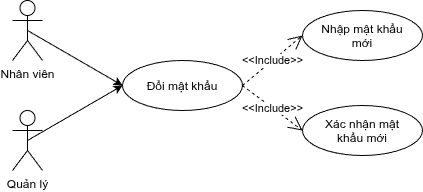
This is Biểu đồ ca sử dụng/Đổi mật khẩu.png from quang2097/web_java, a draw.io export, as it was before one commit. Source tidied: cells renumbered, new cells last; positions are measured from the earlier drawing's top-left corner, leaving out a move shared by most shapes. Its diagram source:
```xml
<mxGraphModel>
  <root>
    <mxCell id="0" />
    <mxCell id="1" parent="0" />
    <mxCell id="2" style="rounded=0;jettySize=auto;html=1;exitX=0.5;exitY=0.5;exitDx=0;exitDy=0;exitPerimeter=0;entryX=0;entryY=0.5;entryDx=0;entryDy=0;defaultLabelBackgroundColor=page;" parent="1" edge="1" source="3" target="4">
      <mxGeometry relative="1" as="geometry" />
    </mxCell>
    <mxCell id="3" value="Nhân viên" style="shape=umlActor;verticalLabelPosition=bottom;verticalAlign=top;html=1;outlineConnect=0;labelPerimeter=1;" parent="1" vertex="1">
      <mxGeometry width="30" height="60" as="geometry" />
    </mxCell>
    <mxCell id="4" value="Đổi mật khẩu&lt;div&gt;&lt;br/&gt;&lt;/div&gt;" style="ellipse;whiteSpace=wrap;html=1;shapeInside=1;" parent="1" vertex="1">
      <mxGeometry x="110" y="60" width="120" height="50" as="geometry" />
    </mxCell>
    <mxCell id="5" value="Nhập mật khẩu mới" style="ellipse;whiteSpace=wrap;html=1;shapeInside=1;" parent="1" vertex="1">
      <mxGeometry x="290" y="10" width="120" height="50" as="geometry" />
    </mxCell>
    <mxCell id="6" value="&amp;lt;&amp;lt;Include&amp;gt;&amp;gt;" style="endArrow=open;endSize=12;dashed=1;html=1;rounded=0;defaultLabelBackgroundColor=page;exitX=1;exitY=0.5;exitDx=0;exitDy=0;entryX=0;entryY=0.5;entryDx=0;entryDy=0;" parent="1" edge="1" source="4" target="5">
      <mxGeometry relative="1" as="geometry" />
    </mxCell>
    <mxCell id="7" value="Xác nhận mật khẩu mới" style="ellipse;whiteSpace=wrap;html=1;shapeInside=1;" parent="1" vertex="1">
      <mxGeometry x="290" y="105" width="120" height="50" as="geometry" />
    </mxCell>
    <mxCell id="8" value="&amp;lt;&amp;lt;Include&amp;gt;&amp;gt;" style="endArrow=open;endSize=12;dashed=1;html=1;rounded=0;defaultLabelBackgroundColor=page;exitX=1;exitY=0.5;exitDx=0;exitDy=0;entryX=0;entryY=0.5;entryDx=0;entryDy=0;" parent="1" edge="1" source="4" target="7">
      <mxGeometry relative="1" as="geometry" />
    </mxCell>
    <mxCell id="9" style="rounded=0;jettySize=auto;html=1;exitX=0.5;exitY=0.5;exitDx=0;exitDy=0;exitPerimeter=0;entryX=0;entryY=0.5;entryDx=0;entryDy=0;defaultLabelBackgroundColor=page;" parent="1" edge="1" source="10" target="4">
      <mxGeometry relative="1" as="geometry" />
    </mxCell>
    <mxCell id="10" value="Quản lý" style="shape=umlActor;verticalLabelPosition=bottom;verticalAlign=top;html=1;outlineConnect=0;labelPerimeter=1;" parent="1" vertex="1">
      <mxGeometry y="110" width="30" height="60" as="geometry" />
    </mxCell>
  </root>
</mxGraphModel>
```
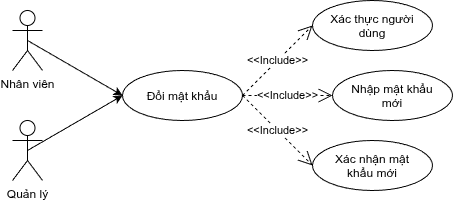
The same diagram one commit later.

What changed in the source:
```diff
@@ -12,13 +12,13 @@
       <mxGeometry x="110" y="60" width="120" height="50" as="geometry" />
     </mxCell>
     <mxCell id="5" value="Nhập mật khẩu mới" style="ellipse;whiteSpace=wrap;html=1;shapeInside=1;" parent="1" vertex="1">
-      <mxGeometry x="290" y="10" width="120" height="50" as="geometry" />
+      <mxGeometry x="320" y="60" width="120" height="50" as="geometry" />
     </mxCell>
     <mxCell id="6" value="&amp;lt;&amp;lt;Include&amp;gt;&amp;gt;" style="endArrow=open;endSize=12;dashed=1;html=1;rounded=0;defaultLabelBackgroundColor=page;exitX=1;exitY=0.5;exitDx=0;exitDy=0;entryX=0;entryY=0.5;entryDx=0;entryDy=0;" parent="1" edge="1" source="4" target="5">
       <mxGeometry relative="1" as="geometry" />
     </mxCell>
     <mxCell id="7" value="Xác nhận mật khẩu mới" style="ellipse;whiteSpace=wrap;html=1;shapeInside=1;" parent="1" vertex="1">
-      <mxGeometry x="290" y="105" width="120" height="50" as="geometry" />
+      <mxGeometry x="300" y="130" width="120" height="50" as="geometry" />
     </mxCell>
     <mxCell id="8" value="&amp;lt;&amp;lt;Include&amp;gt;&amp;gt;" style="endArrow=open;endSize=12;dashed=1;html=1;rounded=0;defaultLabelBackgroundColor=page;exitX=1;exitY=0.5;exitDx=0;exitDy=0;entryX=0;entryY=0.5;entryDx=0;entryDy=0;" parent="1" edge="1" source="4" target="7">
       <mxGeometry relative="1" as="geometry" />
@@ -29,5 +29,11 @@
     <mxCell id="10" value="Quản lý" style="shape=umlActor;verticalLabelPosition=bottom;verticalAlign=top;html=1;outlineConnect=0;labelPerimeter=1;" parent="1" vertex="1">
       <mxGeometry y="110" width="30" height="60" as="geometry" />
     </mxCell>
+    <mxCell id="11" value="Xác thực người dùng" style="ellipse;whiteSpace=wrap;html=1;shapeInside=1;" parent="1" vertex="1">
+      <mxGeometry x="300" y="-10" width="120" height="50" as="geometry" />
+    </mxCell>
+    <mxCell id="12" value="&amp;lt;&amp;lt;Include&amp;gt;&amp;gt;" style="endArrow=open;endSize=12;dashed=1;html=1;rounded=0;defaultLabelBackgroundColor=page;exitX=1;exitY=0.5;exitDx=0;exitDy=0;entryX=0;entryY=0.5;entryDx=0;entryDy=0;" parent="1" edge="1" source="4" target="11">
+      <mxGeometry relative="1" as="geometry" />
+    </mxCell>
   </root>
 </mxGraphModel>
```
